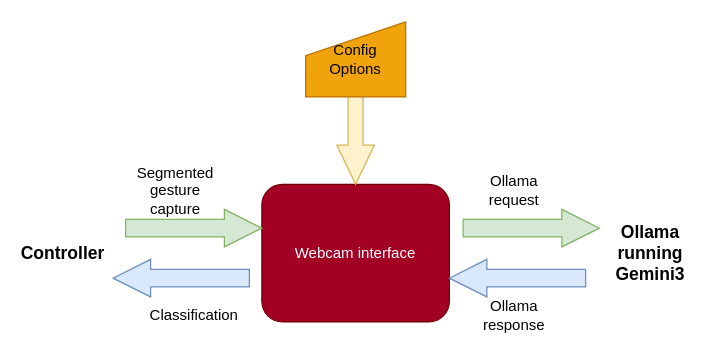
Before: classifier.drawio in GreatSharky/CoHSCI, a draw.io diagram. Source tidied: cells renumbered, new cells numbered last; positions are measured from the earlier drawing's top-left corner, leaving out a move shared by most shapes. Both pictures are drawn from the tidied source at 125%, with x=0, y=0 at pixel (25, 21).
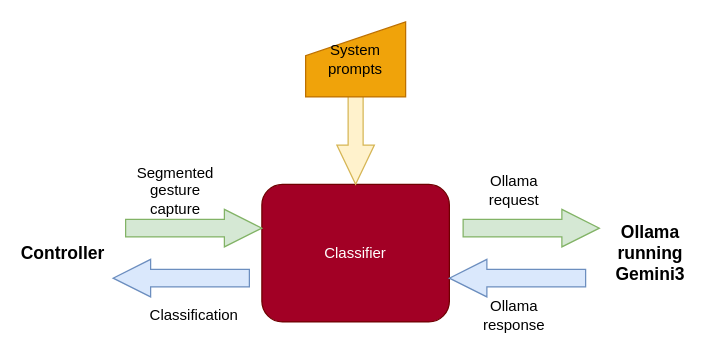
The same page after the edit.

The edit, as a diff of the source:
```diff
@@
 <mxGraphModel>
   <root>
     <mxCell id="0" />
     <mxCell id="1" parent="0" />
-    <mxCell id="2" value="Webcam interface" style="rounded=1;whiteSpace=wrap;html=1;fillColor=#a20025;fontColor=#ffffff;strokeColor=#6F0000;" parent="1" vertex="1">
+    <mxCell id="2" value="Classifier" style="rounded=1;whiteSpace=wrap;html=1;fillColor=#a20025;fontColor=#ffffff;strokeColor=#6F0000;" parent="1" vertex="1">
       <mxGeometry x="189" y="130" width="150" height="110" as="geometry" />
     </mxCell>
     <mxCell id="3" value="Controller" style="text;html=1;whiteSpace=wrap;strokeColor=none;fillColor=none;align=center;verticalAlign=middle;rounded=0;fontSize=14;fontStyle=1;" parent="1" vertex="1">
       <mxGeometry y="170" width="60" height="30" as="geometry" />
     </mxCell>
     <mxCell id="4" value="Segmented gesture&lt;div&gt;capture&lt;/div&gt;" style="text;html=1;whiteSpace=wrap;strokeColor=none;fillColor=none;align=center;verticalAlign=middle;rounded=0;" parent="1" vertex="1">
       <mxGeometry x="90" y="120" width="60" height="30" as="geometry" />
     </mxCell>
     <mxCell id="5" style="shape=singleArrow;whiteSpace=wrap;html=1;arrowWidth=0.4;arrowSize=0.35;rotation=90;fillColor=#fff2cc;strokeColor=#d6b656;" parent="1" vertex="1">
       <mxGeometry x="219" y="70" width="90" height="30" as="geometry" />
     </mxCell>
     <mxCell id="6" value="Ollama request" style="text;html=1;whiteSpace=wrap;strokeColor=none;fillColor=none;align=center;verticalAlign=middle;rounded=0;" parent="1" vertex="1">
       <mxGeometry x="361" y="120" width="60" height="30" as="geometry" />
     </mxCell>
-    <mxCell id="7" value="Config&lt;div&gt;Options&lt;/div&gt;" style="shape=manualInput;whiteSpace=wrap;html=1;size=27;fillColor=#f0a30a;fontColor=#000000;strokeColor=#BD7000;" parent="1" vertex="1">
+    <mxCell id="7" value="System prompts" style="shape=manualInput;whiteSpace=wrap;html=1;size=27;fillColor=#f0a30a;fontColor=#000000;strokeColor=#BD7000;" parent="1" vertex="1">
       <mxGeometry x="224" width="80" height="60" as="geometry" />
     </mxCell>
     <mxCell id="8" style="shape=singleArrow;whiteSpace=wrap;html=1;arrowWidth=0.4666666666666667;arrowSize=0.27522935779816515;fillColor=#d5e8d4;strokeColor=#82b366;" parent="1" vertex="1">
       <mxGeometry x="80" y="150" width="109" height="30" as="geometry" />
     </mxCell>
     <mxCell id="9" style="shape=singleArrow;whiteSpace=wrap;html=1;arrowWidth=0.4666666666666667;arrowSize=0.27522935779816515;fillColor=#d5e8d4;strokeColor=#82b366;" parent="1" vertex="1">
       <mxGeometry x="350" y="150" width="109" height="30" as="geometry" />
     </mxCell>
     <mxCell id="10" style="shape=singleArrow;whiteSpace=wrap;html=1;arrowWidth=0.4666666666666667;arrowSize=0.27522935779816515;fillColor=#dae8fc;strokeColor=#6c8ebf;rotation=-180;" parent="1" vertex="1">
       <mxGeometry x="339" y="190" width="109" height="30" as="geometry" />
     </mxCell>
     <mxCell id="11" value="Classification" style="text;html=1;whiteSpace=wrap;strokeColor=none;fillColor=none;align=center;verticalAlign=middle;rounded=0;" parent="1" vertex="1">
       <mxGeometry x="104.5" y="220" width="60" height="30" as="geometry" />
     </mxCell>
     <mxCell id="12" value="Ollama running Gemini3" style="text;html=1;whiteSpace=wrap;strokeColor=none;fillColor=none;align=center;verticalAlign=middle;rounded=0;fontSize=14;fontStyle=1;" parent="1" vertex="1">
       <mxGeometry x="470" y="170" width="60" height="30" as="geometry" />
     </mxCell>
     <mxCell id="13" value="Ollama response" style="text;html=1;whiteSpace=wrap;strokeColor=none;fillColor=none;align=center;verticalAlign=middle;rounded=0;" parent="1" vertex="1">
       <mxGeometry x="361" y="220" width="60" height="30" as="geometry" />
     </mxCell>
     <mxCell id="14" style="shape=singleArrow;whiteSpace=wrap;html=1;arrowWidth=0.4666666666666667;arrowSize=0.27522935779816515;fillColor=#dae8fc;strokeColor=#6c8ebf;rotation=-180;" parent="1" vertex="1">
       <mxGeometry x="70" y="190" width="109" height="30" as="geometry" />
     </mxCell>
   </root>
 </mxGraphModel>
```
